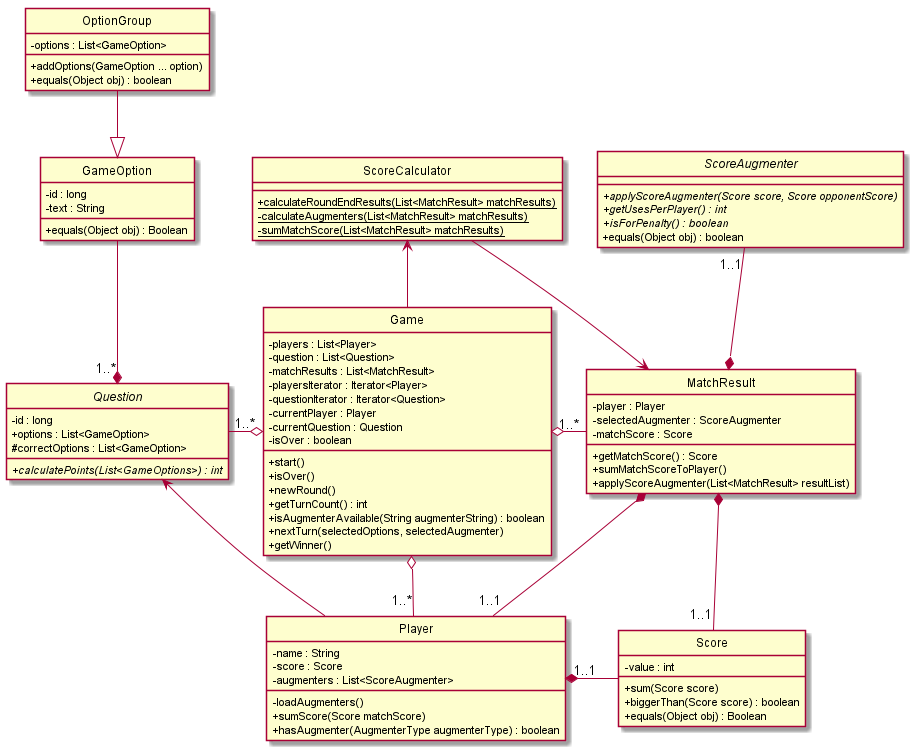
GEscandar/TP2-Kahoot keeps this PlantUML diagram as docs/out/diagramaClases-Principal-TP2/DiagramaUML-Clases-TP2.png. Above is the earlier version.
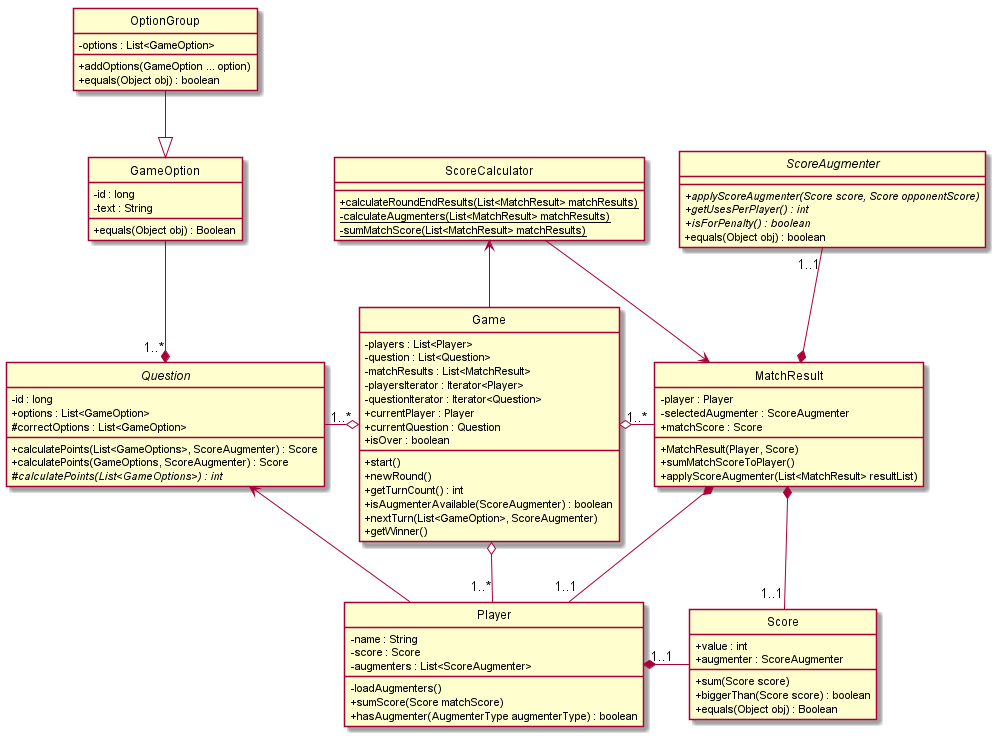
Above is the later version.

Commit message:
Actualización diagramas de clases

What changed in the source:
```diff
@@ -6,12 +6,14 @@
     - id : long
     + options : List<GameOption>
     # correctOptions : List<GameOption>
-    + {abstract}calculatePoints(List<GameOptions>) : int
+    + calculatePoints(List<GameOptions>, ScoreAugmenter) : Score
+    + calculatePoints(GameOptions, ScoreAugmenter) : Score
+    # {abstract}calculatePoints(List<GameOptions>) : int
 }
 
 class GameOption{
     - id : long
-	- text : String
+	  - text : String
     + equals(Object obj) : Boolean
 }
 
@@ -22,16 +24,17 @@
 }
 
 class MatchResult{
+    + MatchResult(Player, Score)
     - player : Player
-	- selectedAugmenter : ScoreAugmenter
-	- matchScore : Score
-    + getMatchScore() : Score
+	  - selectedAugmenter : ScoreAugmenter
+	  + matchScore : Score
     + sumMatchScoreToPlayer()
     + applyScoreAugmenter(List<MatchResult> resultList)
 }
 
 class Score{
-    - value : int
+    + value : int
+    + augmenter : ScoreAugmenter
     + sum(Score score)
     + biggerThan(Score score) : boolean
     + equals(Object obj) : Boolean
@@ -39,33 +42,32 @@
 
 class Game{
     - players : List<Player>
-	- question : List<Question>
+	  - question : List<Question>
     - matchResults : List<MatchResult>
     - playersIterator : Iterator<Player>
     - questionIterator : Iterator<Question>
-	- currentPlayer : Player
-    - currentQuestion : Question
-    - isOver : boolean
+	  + currentPlayer : Player
+    + currentQuestion : Question
+    + isOver : boolean
     + start()
-    + isOver()
     + newRound()
     + getTurnCount() : int
-    + isAugmenterAvailable(String augmenterString) : boolean
-    + nextTurn(selectedOptions, selectedAugmenter)
+    + isAugmenterAvailable(ScoreAugmenter) : boolean
+    + nextTurn(List<GameOption>, ScoreAugmenter)
     + getWinner()
 }
 
 class ScoreCalculator{
     + {static} calculateRoundEndResults(List<MatchResult> matchResults)
-	- {static} calculateAugmenters(List<MatchResult> matchResults)
+	  - {static} calculateAugmenters(List<MatchResult> matchResults)
     - {static} sumMatchScore(List<MatchResult> matchResults)
 }
 
 class Player{
     - name : String
-	- score : Score
+	  - score : Score
     - augmenters : List<ScoreAugmenter>
-	- loadAugmenters()
+	  - loadAugmenters()
     + sumScore(Score matchScore)
     + hasAugmenter(AugmenterType augmenterType) : boolean
 }
@@ -76,6 +78,7 @@
     + {abstract}isForPenalty() : boolean
     + equals(Object obj) : boolean
 }
+
 
 Game  o--left"1..*"  Question
 Game o--"1..*"  Player
```
